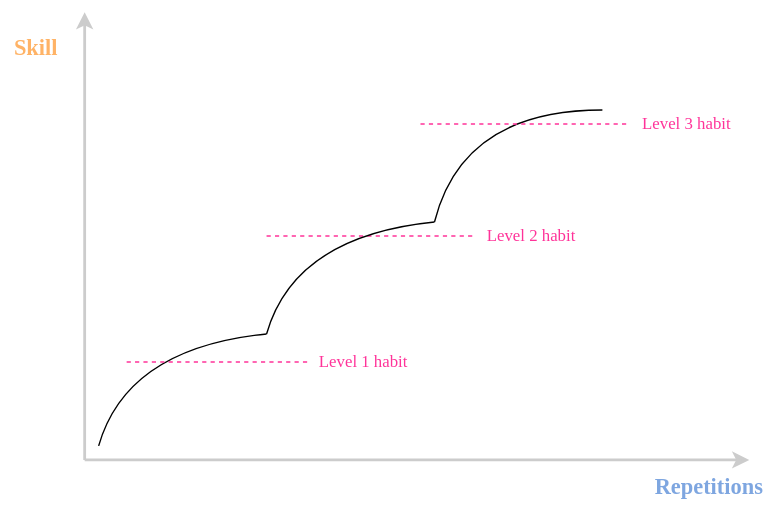
Above: Atomic_Habits/Mastery.drawio.svg in datkumar/my-diagrams (draw.io), before the change. Source tidied: cells renumbered, new cells last; positions are measured from the earlier drawing's top-left corner, leaving out a move shared by most shapes.
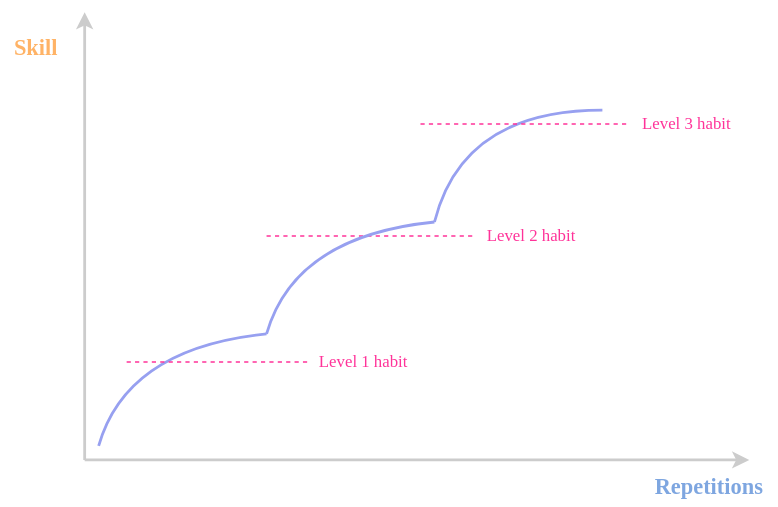
The same diagram one commit later.

Diff of the diagram source:
```diff
@@ -29,7 +29,7 @@
     <mxCell id="7" value="Level 1 habit" style="text;html=1;align=center;verticalAlign=middle;strokeColor=none;fillColor=none;fontColor=#FF3399;fontFamily=Poppins;fontSource=https%3A%2F%2Ffonts.googleapis.com%2Fcss%3Ffamily%3DPoppins;" parent="1" vertex="1">
       <mxGeometry x="214" y="235" width="90" height="30" as="geometry" />
     </mxCell>
-    <mxCell id="8" style="curved=1;endArrow=none;html=1;rounded=0;endFill=0;" parent="1" edge="1">
+    <mxCell id="8" style="curved=1;endArrow=none;html=1;rounded=0;endFill=0;fontColor=#97A0F0;strokeColor=#97A0F0;strokeWidth=2;" parent="1" edge="1">
       <mxGeometry relative="1" as="geometry">
         <mxPoint x="70" y="310" as="sourcePoint" />
         <mxPoint x="190" y="230" as="targetPoint" />
@@ -38,7 +38,7 @@
         </Array>
       </mxGeometry>
     </mxCell>
-    <mxCell id="9" style="curved=1;endArrow=none;html=1;rounded=0;endFill=0;" parent="1" edge="1">
+    <mxCell id="9" style="curved=1;endArrow=none;html=1;rounded=0;endFill=0;fontColor=#97A0F0;strokeColor=#97A0F0;strokeWidth=2;" parent="1" edge="1">
       <mxGeometry relative="1" as="geometry">
         <mxPoint x="190" y="230" as="sourcePoint" />
         <mxPoint x="310" y="150" as="targetPoint" />
@@ -47,7 +47,7 @@
         </Array>
       </mxGeometry>
     </mxCell>
-    <mxCell id="10" style="curved=1;endArrow=none;html=1;rounded=0;endFill=0;" parent="1" edge="1">
+    <mxCell id="10" style="curved=1;endArrow=none;html=1;rounded=0;endFill=0;fontColor=#97A0F0;strokeColor=#97A0F0;strokeWidth=2;" parent="1" edge="1">
       <mxGeometry relative="1" as="geometry">
         <mxPoint x="310" y="150" as="sourcePoint" />
         <mxPoint x="430" y="70" as="targetPoint" />
```
